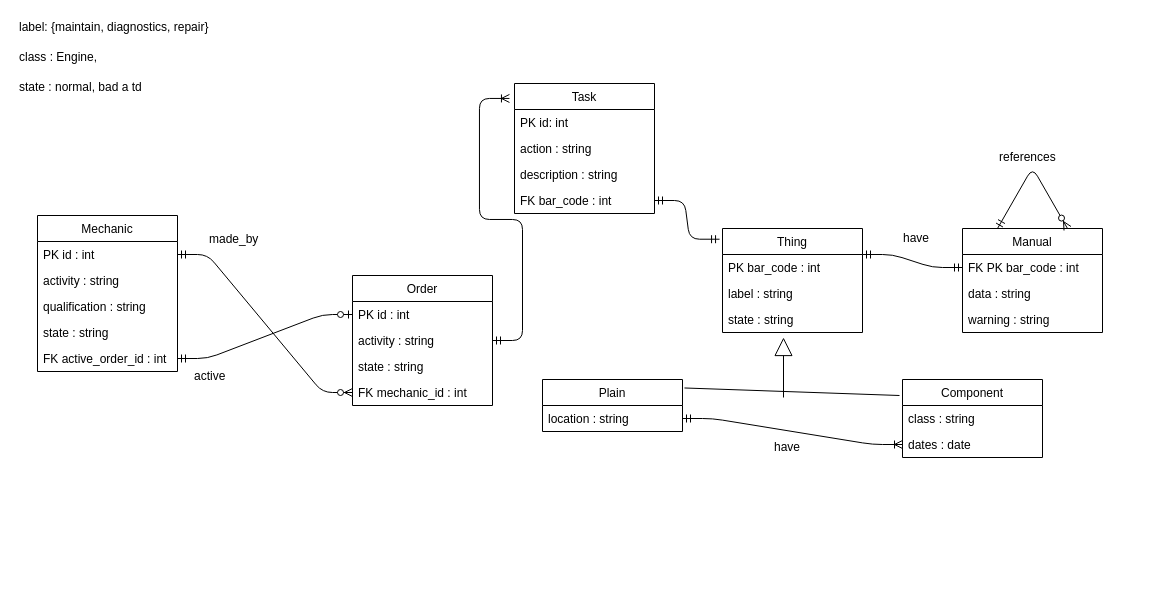
This is ActivityAlgorithm.drawio from unitbrno/AR-Sosisky, a draw.io file, before an edit. Source tidied: cells renumbered, new cells numbered last; positions are measured from the earlier drawing's top-left corner, leaving out a move shared by most shapes. Both pictures are drawn from the tidied source at 100%, with x=0, y=0 at pixel (17, 17).
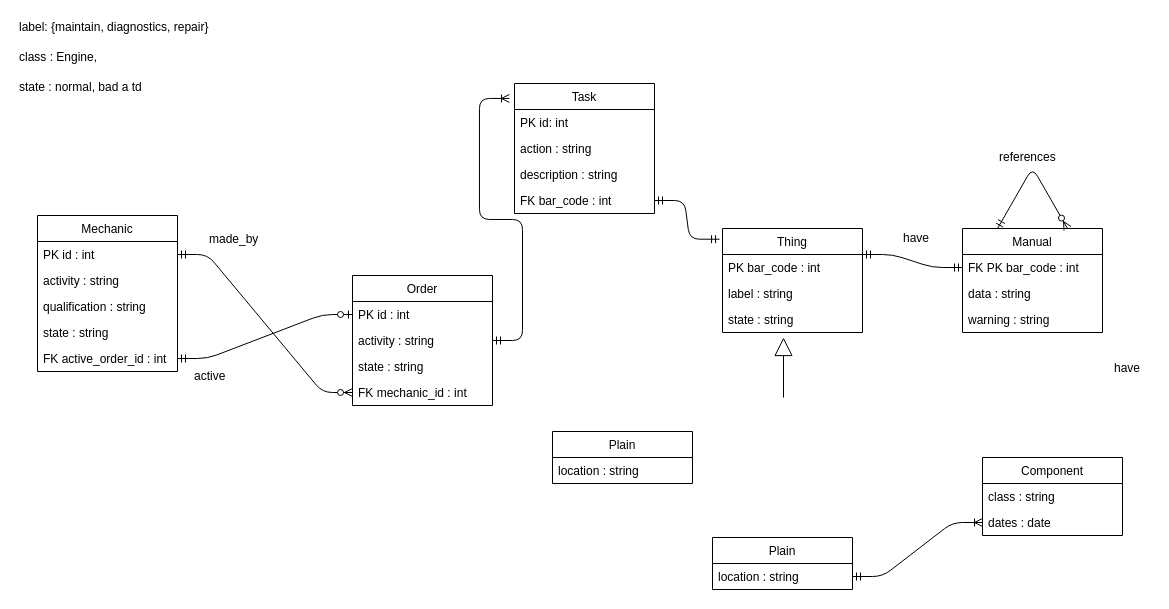
The same diagram, later.

What changed in the source:
```diff
@@
     <mxCell id="17" value="Plain" style="swimlane;fontStyle=0;horizontal=1;startSize=26;fillColor=none;" parent="1" vertex="1">
-      <mxGeometry x="525" y="362" width="140" height="52" as="geometry" />
+      <mxGeometry x="695" y="520" width="140" height="52" as="geometry" />
     </mxCell>
@@
     <mxCell id="19" value="Component" style="swimlane;fontStyle=0;horizontal=1;startSize=26;fillColor=none;" parent="1" vertex="1">
-      <mxGeometry x="885" y="362" width="140" height="78" as="geometry" />
+      <mxGeometry x="965" y="440" width="140" height="78" as="geometry" />
     </mxCell>
@@
-    <mxCell id="27" style="endArrow=none;html=1;exitX=1.014;exitY=0.163;exitDx=0;exitDy=0;exitPerimeter=0;" parent="1" edge="1" source="17">
-      <mxGeometry relative="1" as="geometry">
-        <mxPoint x="882" y="378" as="targetPoint" />
-      </mxGeometry>
-    </mxCell>
@@
     <mxCell id="35" value="have" style="text;html=1;align=left;verticalAlign=top;spacingTop=-4;" parent="1" vertex="1">
-      <mxGeometry x="755" y="420" width="40" height="20" as="geometry" />
+      <mxGeometry x="1095" y="341" width="40" height="20" as="geometry" />
     </mxCell>
@@
+    <mxCell id="48" value="Plain" style="swimlane;fontStyle=0;horizontal=1;startSize=26;fillColor=none;" parent="1" vertex="1">
+      <mxGeometry x="535" y="414" width="140" height="52" as="geometry" />
+    </mxCell>
+    <mxCell id="49" value="location : string" style="text;strokeColor=none;fillColor=none;align=left;verticalAlign=top;spacingLeft=4;spacingRight=4;overflow=hidden;" parent="48" vertex="1">
+      <mxGeometry y="26" width="140" height="26" as="geometry" />
+    </mxCell>
```
